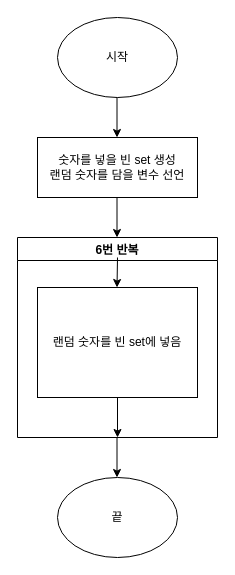
yagom-academy/swift-starter-Round2 keeps this draw.io diagram as Week2-FlowChart/Week2-Step1.drawio. Above is the earlier version. Source tidied: cells renumbered, new cells numbered last; positions are measured from the earlier drawing's top-left corner, leaving out a move shared by most shapes. Both pictures are drawn from the tidied source at 100%, with x=0, y=0 at pixel (17, 17).
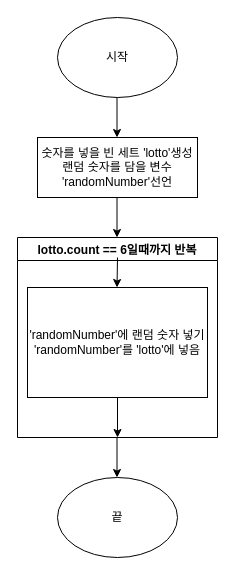
Above is the later version.

Commit message (it also covers changes not shown here):
Week2 Step1

Diff of the diagram source:
```diff
@@
 <mxGraphModel>
   <root>
     <mxCell id="0" />
     <mxCell id="1" parent="0" />
     <mxCell id="2" value="시작" style="ellipse;whiteSpace=wrap;html=1;" parent="1" vertex="1">
       <mxGeometry x="40" width="120" height="80" as="geometry" />
     </mxCell>
     <mxCell id="3" style="endArrow=classic;html=1;rounded=0;" parent="1" edge="1">
       <mxGeometry relative="1" as="geometry">
         <mxPoint x="99.5" y="80" as="sourcePoint" />
         <mxPoint x="99.5" y="120" as="targetPoint" />
       </mxGeometry>
     </mxCell>
-    <mxCell id="4" value="숫자를 넣을 빈 set 생성&lt;br&gt;랜덤 숫자를 담을 변수 선언" style="rounded=0;whiteSpace=wrap;html=1;" parent="1" vertex="1">
+    <mxCell id="4" value="숫자를 넣을 빈 세트 'lotto'생성&lt;br&gt;랜덤 숫자를 담을 변수 'randomNumber'선언" style="rounded=0;whiteSpace=wrap;html=1;" parent="1" vertex="1">
       <mxGeometry x="20" y="120" width="160" height="60" as="geometry" />
     </mxCell>
     <mxCell id="5" style="endArrow=classic;html=1;rounded=0;" parent="1" edge="1">
       <mxGeometry relative="1" as="geometry">
         <mxPoint x="99.5" y="180" as="sourcePoint" />
         <mxPoint x="99.5" y="220" as="targetPoint" />
       </mxGeometry>
     </mxCell>
-    <mxCell id="6" value="6번 반복" style="swimlane;" parent="1" vertex="1">
+    <mxCell id="6" value="lotto.count == 6일때까지 반복" style="swimlane;" parent="1" vertex="1">
       <mxGeometry y="220" width="200" height="200" as="geometry" />
     </mxCell>
     <mxCell id="7" style="endArrow=classic;html=1;rounded=0;" parent="6" edge="1">
       <mxGeometry relative="1" as="geometry">
         <mxPoint x="100" y="20" as="sourcePoint" />
         <mxPoint x="99.5" y="50" as="targetPoint" />
       </mxGeometry>
     </mxCell>
     <mxCell id="8" style="endArrow=classic;html=1;rounded=0;" parent="6" edge="1">
       <mxGeometry relative="1" as="geometry">
         <mxPoint x="100" y="160" as="sourcePoint" />
         <mxPoint x="100" y="200" as="targetPoint" />
       </mxGeometry>
     </mxCell>
-    <mxCell id="9" value="랜덤 숫자를 빈 set에 넣음" style="rounded=0;whiteSpace=wrap;html=1;" parent="6" vertex="1">
-      <mxGeometry x="20" y="50" width="160" height="110" as="geometry" />
+    <mxCell id="9" value="'randomNumber'에 랜덤 숫자 넣기&lt;br&gt;'randomNumber'를 'lotto'에 넣음" style="rounded=0;whiteSpace=wrap;html=1;" parent="6" vertex="1">
+      <mxGeometry x="10" y="50" width="180" height="110" as="geometry" />
     </mxCell>
     <mxCell id="10" style="endArrow=classic;html=1;rounded=0;" parent="1" edge="1">
       <mxGeometry relative="1" as="geometry">
         <mxPoint x="99.5" y="420" as="sourcePoint" />
         <mxPoint x="99.5" y="460" as="targetPoint" />
       </mxGeometry>
     </mxCell>
     <mxCell id="11" value="끝" style="ellipse;whiteSpace=wrap;html=1;" parent="1" vertex="1">
       <mxGeometry x="40" y="460" width="120" height="80" as="geometry" />
     </mxCell>
   </root>
 </mxGraphModel>
```
